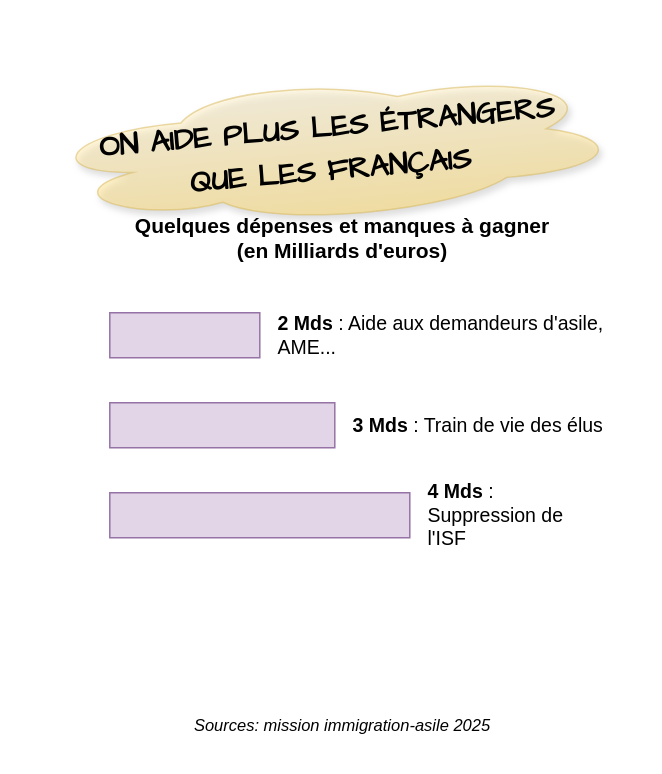
Earlier version of the draw.io diagram drawio/AideEtrangers.drawio (bernard44600/cedbn). Source tidied: cells renumbered, new cells numbered last; positions are measured from the earlier drawing's top-left corner, leaving out a move shared by most shapes. Both pictures are drawn from the tidied source at 150%, with x=0, y=0 at pixel (38, 72).
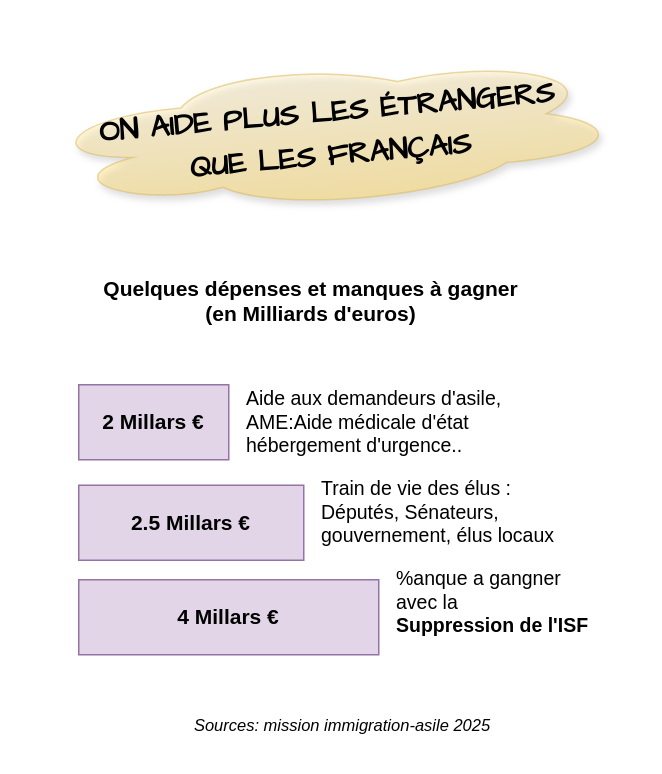
The same diagram, later.

The edit, as a diff of the source:
```diff
@@
 <mxGraphModel>
   <root>
     <mxCell id="0" />
     <mxCell id="1" parent="0" />
     <mxCell id="2" value="&lt;b&gt;Quelques dépenses et manques à gagner&lt;br&gt;(en Milliards d'euros)&lt;/b&gt;" style="text;html=1;align=center;verticalAlign=middle;whiteSpace=wrap;rounded=0;fontSize=14;" parent="1" vertex="1">
-      <mxGeometry x="27.7" y="90" width="350" height="40" as="geometry" />
+      <mxGeometry x="7" y="132" width="350" height="40" as="geometry" />
     </mxCell>
-    <mxCell id="3" style="rounded=0;whiteSpace=wrap;html=1;fillColor=#e1d5e7;strokeColor=#9673a6;" parent="1" vertex="1">
-      <mxGeometry x="47.7" y="160" width="100" height="30" as="geometry" />
+    <mxCell id="3" value="&lt;b&gt;&lt;font style=&quot;font-size: 14px;&quot;&gt;2 Millars €&lt;/font&gt;&lt;/b&gt;" style="rounded=0;whiteSpace=wrap;html=1;fillColor=#e1d5e7;strokeColor=#9673a6;" parent="1" vertex="1">
+      <mxGeometry x="27" y="208" width="100" height="50" as="geometry" />
     </mxCell>
-    <mxCell id="4" value="&lt;b&gt;2 Mds&lt;/b&gt; : Aide aux demandeurs d'asile, AME..." style="text;html=1;align=left;verticalAlign=middle;whiteSpace=wrap;rounded=0;fontSize=13;" parent="1" vertex="1">
-      <mxGeometry x="157.7" y="160" width="220" height="30" as="geometry" />
+    <mxCell id="4" value="Aide aux demandeurs d'asile, &lt;br&gt;AME:Aide médicale d'état &lt;br&gt;hébergement d'urgence.." style="text;html=1;align=left;verticalAlign=middle;whiteSpace=wrap;rounded=0;fontSize=13;" parent="1" vertex="1">
+      <mxGeometry x="137" y="218" width="220" height="30" as="geometry" />
     </mxCell>
-    <mxCell id="5" style="rounded=0;whiteSpace=wrap;html=1;fillColor=#e1d5e7;strokeColor=#9673a6;" parent="1" vertex="1">
-      <mxGeometry x="47.7" y="220" width="150" height="30" as="geometry" />
+    <mxCell id="5" value="&lt;b&gt;&lt;font style=&quot;font-size: 14px;&quot;&gt;2.5 Millars €&lt;/font&gt;&lt;/b&gt;" style="rounded=0;whiteSpace=wrap;html=1;fillColor=#e1d5e7;strokeColor=#9673a6;" parent="1" vertex="1">
+      <mxGeometry x="27" y="275" width="150" height="50" as="geometry" />
     </mxCell>
-    <mxCell id="6" value="&lt;b&gt;3 Mds&lt;/b&gt; : Train de vie des élus" style="text;html=1;align=left;verticalAlign=middle;whiteSpace=wrap;rounded=0;fontSize=13;" parent="1" vertex="1">
-      <mxGeometry x="207.7" y="220" width="170" height="30" as="geometry" />
+    <mxCell id="6" value="Train de vie des élus :&lt;br&gt;Députés, Sénateurs, gouvernement, élus locaux" style="text;html=1;align=left;verticalAlign=middle;whiteSpace=wrap;rounded=0;fontSize=13;" parent="1" vertex="1">
+      <mxGeometry x="187" y="278" width="170" height="30" as="geometry" />
     </mxCell>
-    <mxCell id="7" style="rounded=0;whiteSpace=wrap;html=1;fillColor=#e1d5e7;strokeColor=#9673a6;" parent="1" vertex="1">
-      <mxGeometry x="47.7" y="280" width="200" height="30" as="geometry" />
+    <mxCell id="7" value="&lt;b&gt;&lt;font style=&quot;font-size: 14px;&quot;&gt;4 Millars €&lt;/font&gt;&lt;/b&gt;" style="rounded=0;whiteSpace=wrap;html=1;fillColor=#e1d5e7;strokeColor=#9673a6;" parent="1" vertex="1">
+      <mxGeometry x="27" y="338" width="200" height="50" as="geometry" />
     </mxCell>
-    <mxCell id="8" value="&lt;b&gt;4 Mds&lt;/b&gt; : Suppression de l'ISF" style="text;html=1;align=left;verticalAlign=middle;whiteSpace=wrap;rounded=0;fontSize=13;" parent="1" vertex="1">
-      <mxGeometry x="257.7" y="280" width="120" height="30" as="geometry" />
+    <mxCell id="8" value="%anque a gangner &lt;br&gt;avec la&lt;br&gt;&lt;b&gt;Suppression de l'ISF&lt;/b&gt;" style="text;html=1;align=left;verticalAlign=middle;whiteSpace=wrap;rounded=0;fontSize=13;" parent="1" vertex="1">
+      <mxGeometry x="237" y="338" width="160" height="30" as="geometry" />
     </mxCell>
     <mxCell id="9" value="&lt;i style=&quot;font-size: 11px;&quot;&gt;Sources: mission immigration-asile 2025&lt;/i&gt;" style="text;html=1;align=center;verticalAlign=middle;whiteSpace=wrap;rounded=0;" parent="1" vertex="1">
       <mxGeometry x="27.7" y="420" width="350" height="30" as="geometry" />
     </mxCell>
     <mxCell id="10" value="&lt;font style=&quot;font-size: 20px;&quot;&gt;&lt;b&gt;ON AIDE PLUS LES ÉTRANGERS&lt;br&gt;QUE LES FRANÇAIS&lt;/b&gt;&lt;/font&gt;" style="ellipse;shape=cloud;whiteSpace=wrap;html=1;perimeter=cloudPerimeter;fillColor=#fff2cc;strokeColor=#d6b656;opacity=50;opacityGroup=1;shadow=1;fontSize=24;fontFamily=Architects Daughter;rotation=-5;fontStyle=1;gradientColor=#ffd966;" parent="1" vertex="1">
-      <mxGeometry width="387.7" height="100" as="geometry" />
+      <mxGeometry y="-10" width="387.7" height="100" as="geometry" />
     </mxCell>
   </root>
 </mxGraphModel>
```
